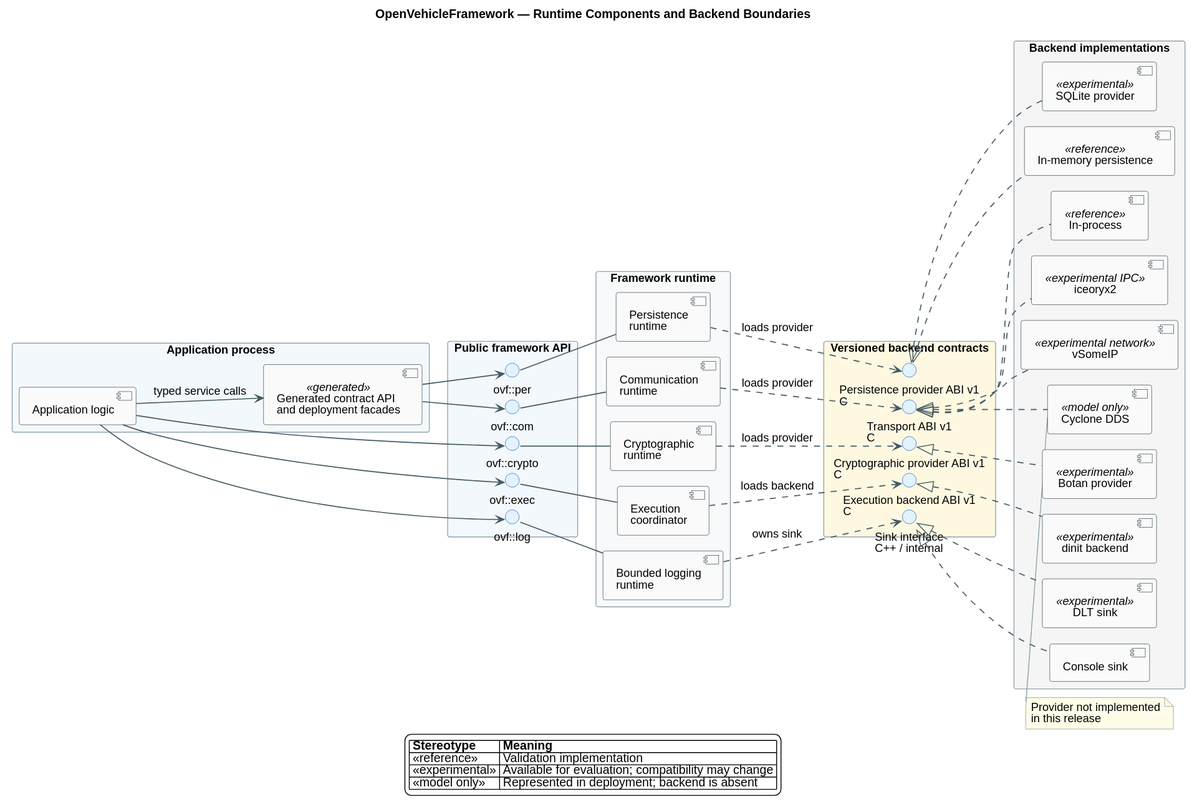
Before: docs/diagrams/runtime-components.svg, a diagram exported from PlantUML (unwynd/openvehicleframework).
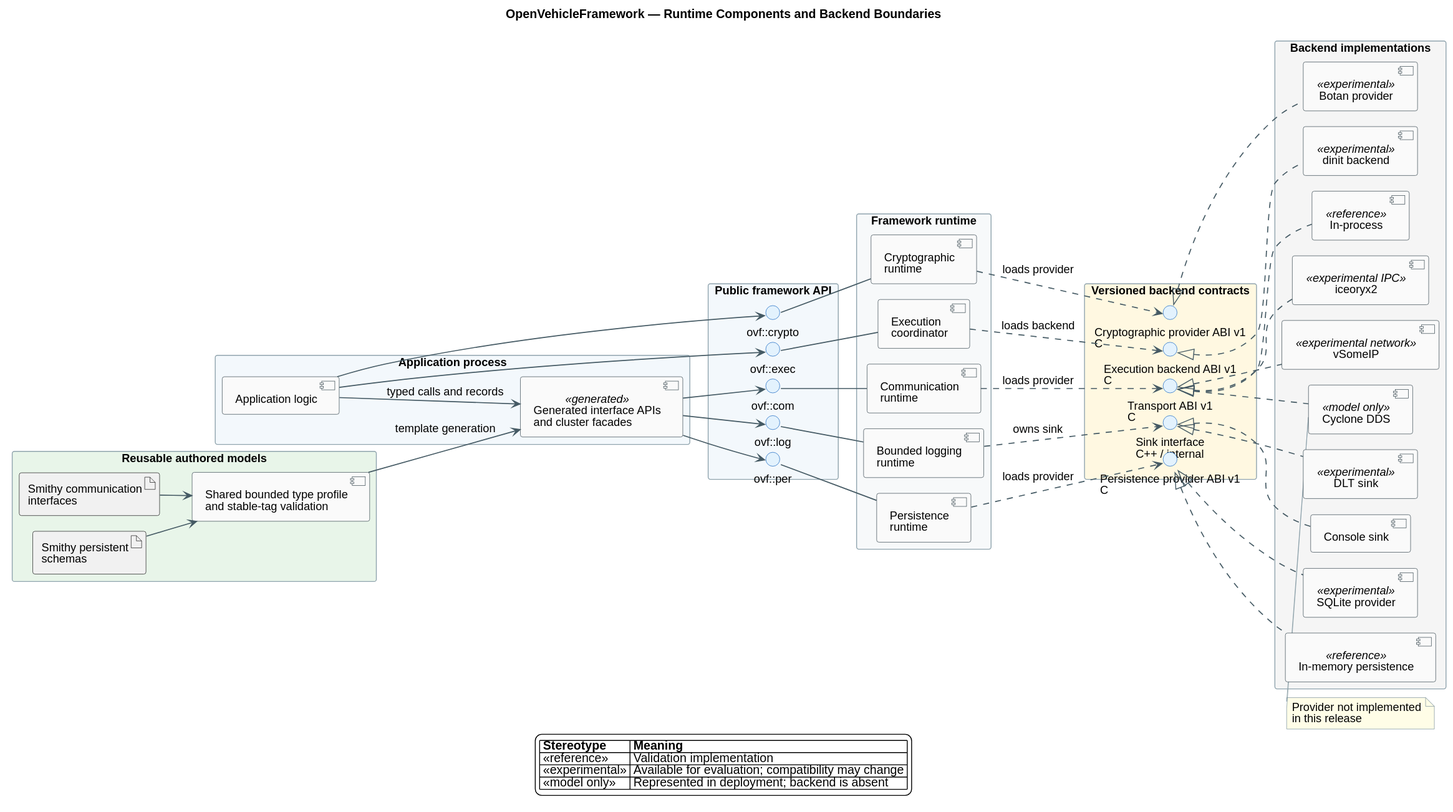
Above is the later version.

What changed in the source:
```diff
@@ -22,8 +22,17 @@
 
 package "Application process" as application #F3F8FC {
   component "Application logic" as app
-  component "Generated contract API\nand deployment facades" as generated <<generated>>
-  app --> generated : typed service calls
+  component "Generated interface APIs\nand cluster facades" as generated <<generated>>
+  app --> generated : typed calls and records
+}
+
+package "Reusable authored models" as models #E8F5E9 {
+  artifact "Smithy communication\ninterfaces" as interfaces
+  artifact "Smithy persistent\nschemas" as schemas
+  component "Shared bounded type profile\nand stable-tag validation" as type_profile
+  interfaces --> type_profile
+  schemas --> type_profile
+  type_profile --> generated : template generation
 }
 
 package "Public framework API" as public_api #F3F8FC {
@@ -64,10 +73,10 @@
 }
 
 generated --> icom
+generated --> ilog
+generated --> iper
 app --> iexec
-app --> ilog
 app --> icrypto
-generated --> iper
 
 icom -- com_runtime
 iexec -- exec_runtime
```
